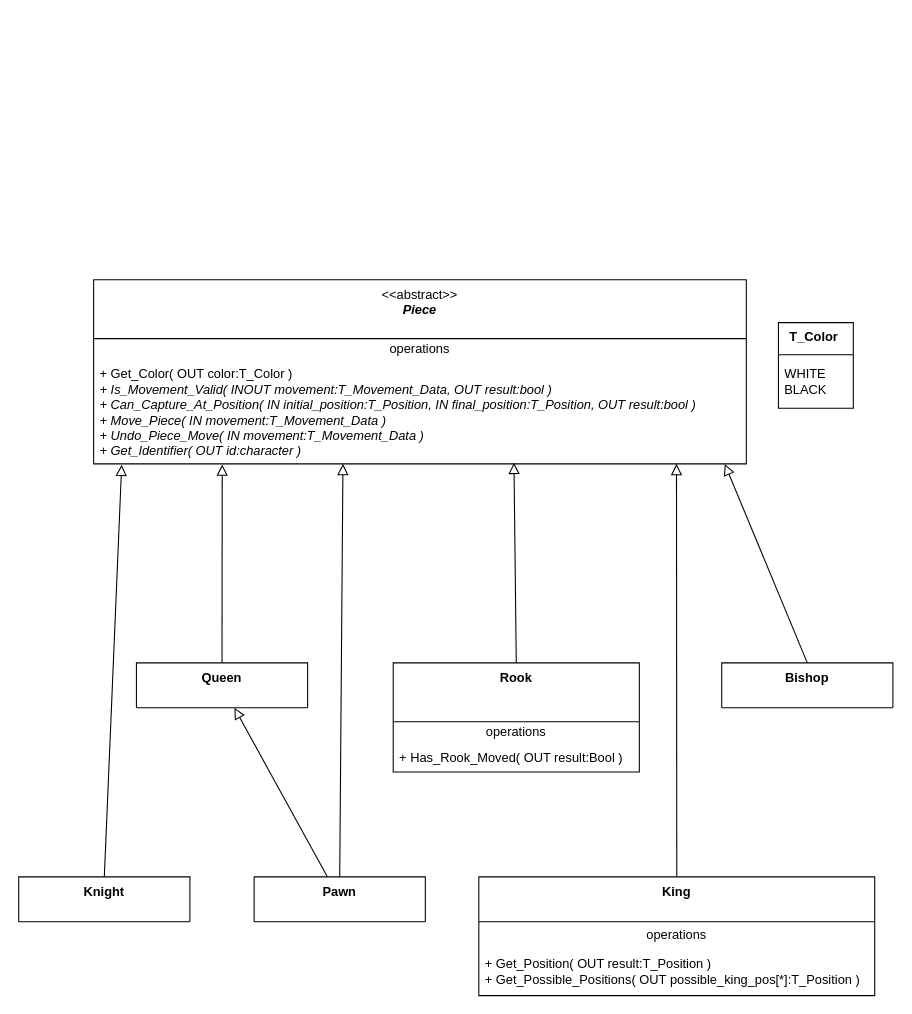
Above: page "Pieces" (3 of 6) of doc/Embedded_Chess.drawio in SanteyneEmbeddedSystems/Embedded_Chess (draw.io), before the change. Source tidied: cells renumbered, new cells numbered last; positions are measured from the earlier drawing's top-left corner, leaving out a move shared by most shapes. Both pictures are drawn from the tidied source at 107%, with x=0, y=0 at pixel (18, 279).
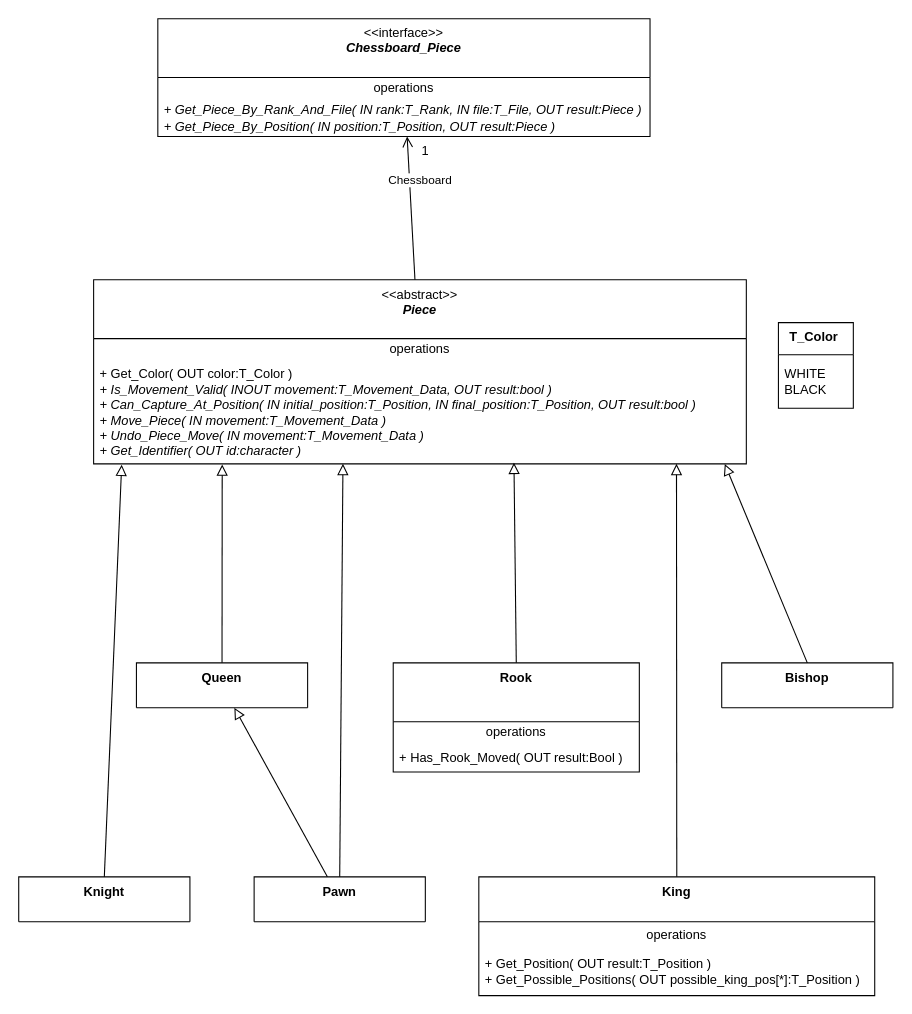
Above is the later version.

The change refers to these unchanged cells:
```xml
<mxCell id="2" value="&amp;lt;&amp;lt;abstract&amp;gt;&amp;gt;&lt;br&gt;&lt;b&gt;&lt;i&gt;Piece&lt;/i&gt;&lt;/b&gt;" style="swimlane;fontStyle=0;align=center;verticalAlign=top;horizontal=1;startSize=55;html=1;whiteSpace=wrap;" parent="1" vertex="1">
  <mxGeometry x="70" width="610" height="172" as="geometry" />
</mxCell>
```

Change to the diagram source:
```diff
@@
+    <mxCell id="24" value="&amp;lt;&amp;lt;interface&amp;gt;&amp;gt;&lt;br&gt;&lt;b&gt;&lt;i&gt;Chessboard_Piece&lt;/i&gt;&lt;/b&gt;" style="swimlane;fontStyle=0;align=center;verticalAlign=top;horizontal=1;startSize=55;html=1;whiteSpace=wrap;" parent="1" vertex="1">
+      <mxGeometry x="130" y="-244" width="460" height="110" as="geometry" />
+    </mxCell>
+    <mxCell id="25" value="operations" style="text;html=1;strokeColor=none;fillColor=none;align=center;verticalAlign=middle;spacingLeft=4;spacingRight=4;overflow=hidden;whiteSpace=wrap;" parent="24" vertex="1">
+      <mxGeometry y="55" width="460" height="20" as="geometry" />
+    </mxCell>
+    <mxCell id="26" value="&lt;i&gt;+ Get_Piece_By_Rank_And_File( IN rank:T_Rank, IN file:T_File, OUT result:Piece )&lt;br&gt;+&amp;nbsp;Get_Piece_By_Position( IN position:T_Position, OUT result:Piece )&lt;/i&gt;" style="text;html=1;strokeColor=none;fillColor=none;align=left;verticalAlign=middle;spacingLeft=4;spacingRight=4;overflow=hidden;whiteSpace=wrap;" parent="24" vertex="1">
+      <mxGeometry y="75" width="460" height="35" as="geometry" />
+    </mxCell>
+    <mxCell id="27" style="endArrow=open;startArrow=none;endFill=0;startFill=0;endSize=8;html=1;verticalAlign=bottom;labelBackgroundColor=none;strokeWidth=1;rounded=0;" parent="1" edge="1" source="2" target="24">
+      <mxGeometry relative="1" as="geometry" />
+    </mxCell>
+    <mxCell id="28" value="Chessboard" style="edgeLabel;html=1;align=center;verticalAlign=middle;" parent="27" vertex="1">
+      <mxGeometry x="-0.25" y="3" relative="1" as="geometry">
+        <mxPoint x="10" y="-44" as="offset" />
+      </mxGeometry>
+    </mxCell>
+    <mxCell id="29" value="1" style="html=1;align=left;verticalAlign=top;labelBackgroundColor=none;" parent="1" vertex="1">
+      <mxGeometry x="375" y="-134" as="geometry" />
+    </mxCell>
```
